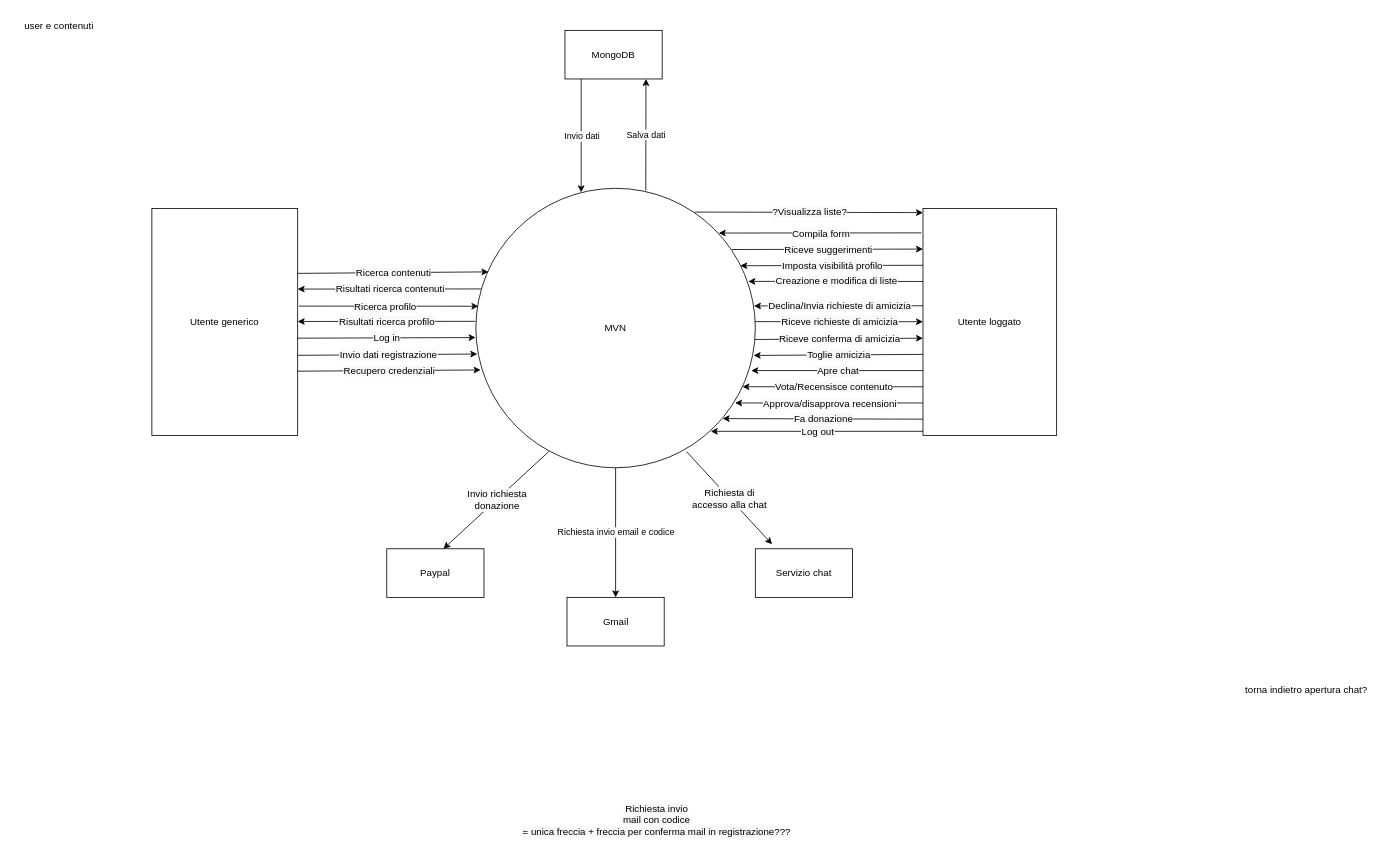
Above: ContestDiagram.drawio in Organizzazione-IngSoftware/BancoLavoroD2 (draw.io), before the change. Source tidied: cells renumbered, new cells numbered last; positions are measured from the earlier drawing's top-left corner, leaving out a move shared by most shapes. Both pictures are drawn from the tidied source at 81%, with x=0, y=0 at pixel (14, 14).
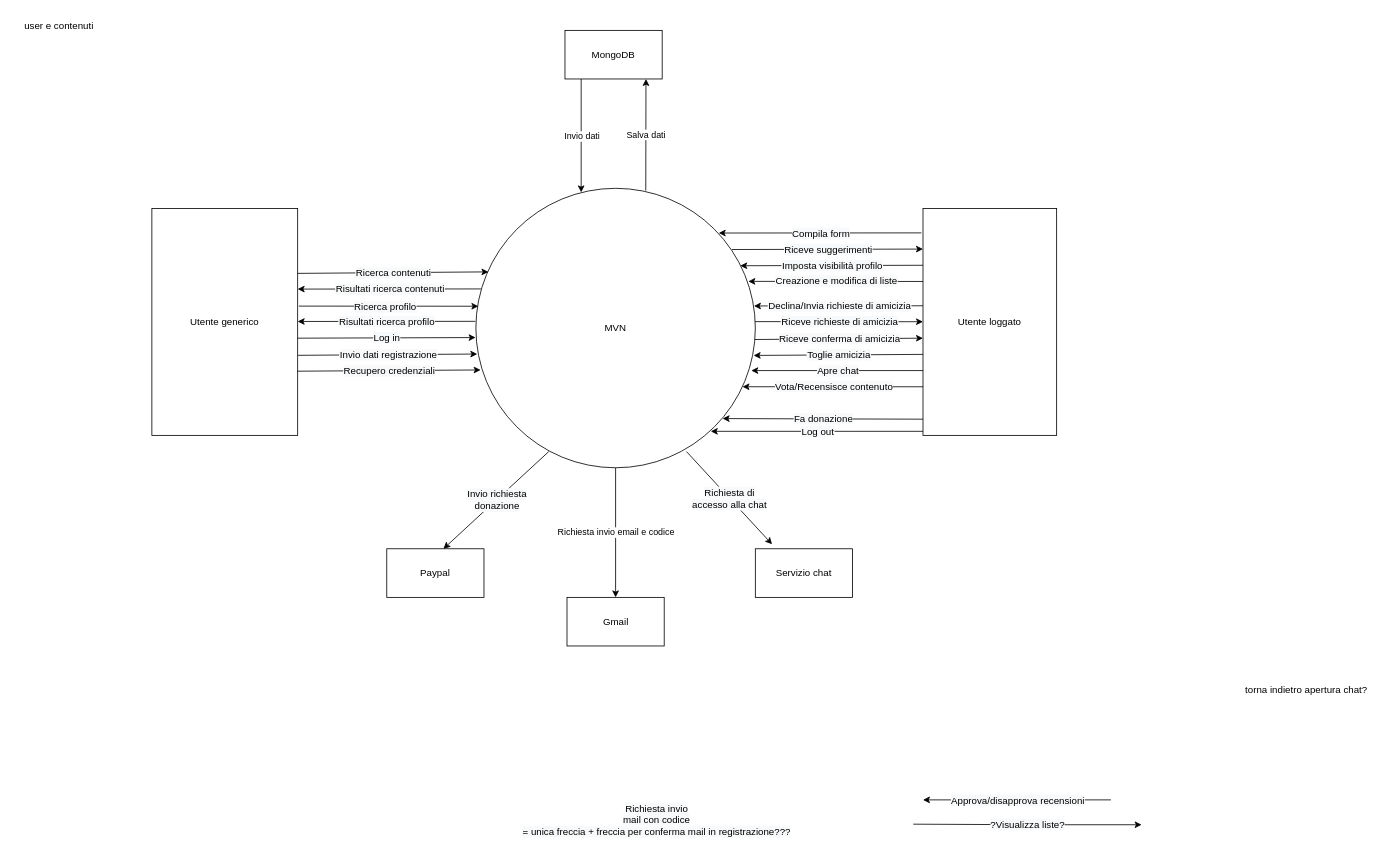
Above is the later version.

The change refers to these unchanged cells:
```xml
<mxCell id="2" value="MVN" style="ellipse;whiteSpace=wrap;html=1;" parent="1" vertex="1">
  <mxGeometry x="570" y="215" width="345" height="345" as="geometry" />
</mxCell>
```

What changed in the source:
```diff
@@
-    <mxCell id="34" style="endArrow=classic;html=1;rounded=0;exitX=0.783;exitY=0.085;exitDx=0;exitDy=0;exitPerimeter=0;" parent="1" edge="1" source="2">
-      <mxGeometry relative="1" as="geometry">
-        <mxPoint x="1122" y="245" as="targetPoint" />
-      </mxGeometry>
-    </mxCell>
-    <mxCell id="35" value="&lt;span style=&quot;font-size: 12px; background-color: rgb(248, 249, 250);&quot;&gt;?Visualizza liste?&lt;/span&gt;" style="edgeLabel;html=1;align=center;verticalAlign=middle;" parent="34" vertex="1">
-      <mxGeometry relative="1" as="geometry" />
-    </mxCell>
@@
     <mxCell id="49" style="endArrow=classic;html=1;rounded=0;" parent="1" edge="1">
       <mxGeometry relative="1" as="geometry">
-        <mxPoint x="1122" y="480" as="sourcePoint" />
-        <mxPoint x="890" y="480" as="targetPoint" />
+        <mxPoint x="1354" y="970" as="sourcePoint" />
+        <mxPoint x="1122" y="970" as="targetPoint" />
       </mxGeometry>
     </mxCell>
@@
+    <mxCell id="63" style="endArrow=classic;html=1;rounded=0;exitX=0.783;exitY=0.085;exitDx=0;exitDy=0;exitPerimeter=0;" parent="1" edge="1">
+      <mxGeometry relative="1" as="geometry">
+        <mxPoint x="1110" y="1000" as="sourcePoint" />
+        <mxPoint x="1391.9" y="1000.7" as="targetPoint" />
+        <Array as="points">
+          <mxPoint x="1259.9" y="1000.7" />
+        </Array>
+      </mxGeometry>
+    </mxCell>
+    <mxCell id="35" value="&lt;span style=&quot;font-size: 12px; background-color: rgb(248, 249, 250);&quot;&gt;?Visualizza liste?&lt;/span&gt;" style="edgeLabel;html=1;align=center;verticalAlign=middle;" parent="63" vertex="1">
+      <mxGeometry relative="1" as="geometry" />
+    </mxCell>
```
